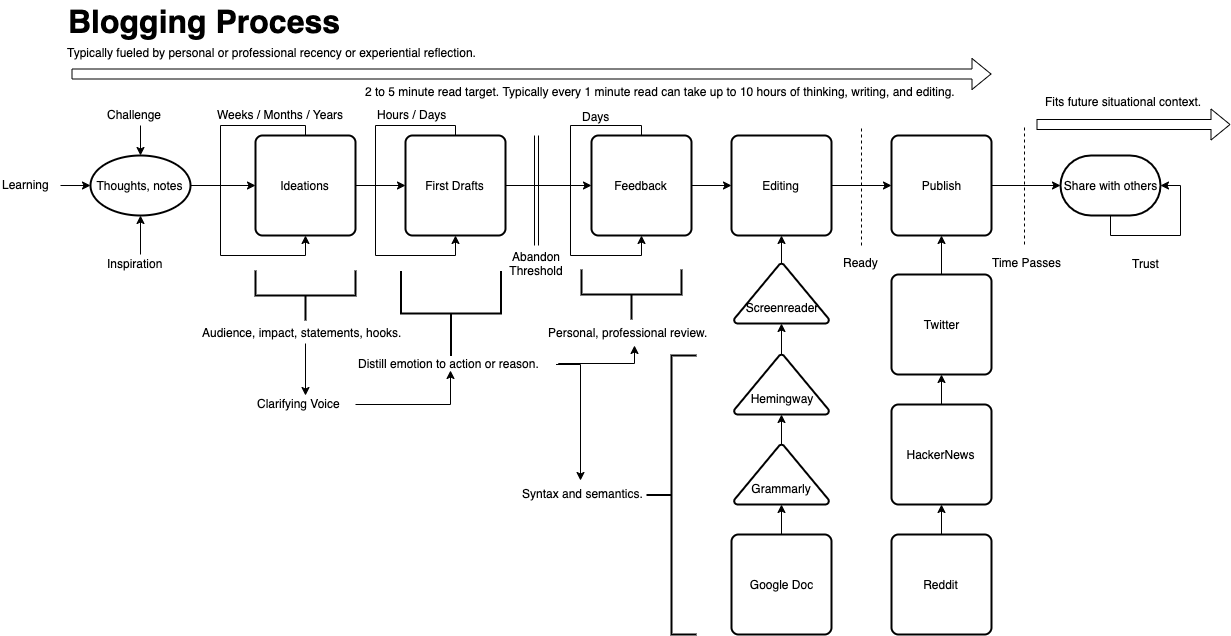
solidi/learning-notes keeps this draw.io diagram as mentoring/diagrams/blogging-process.png. Above is the earlier version. Source tidied: cells renumbered, new cells last; positions are measured from the earlier drawing's top-left corner, leaving out a move shared by most shapes.
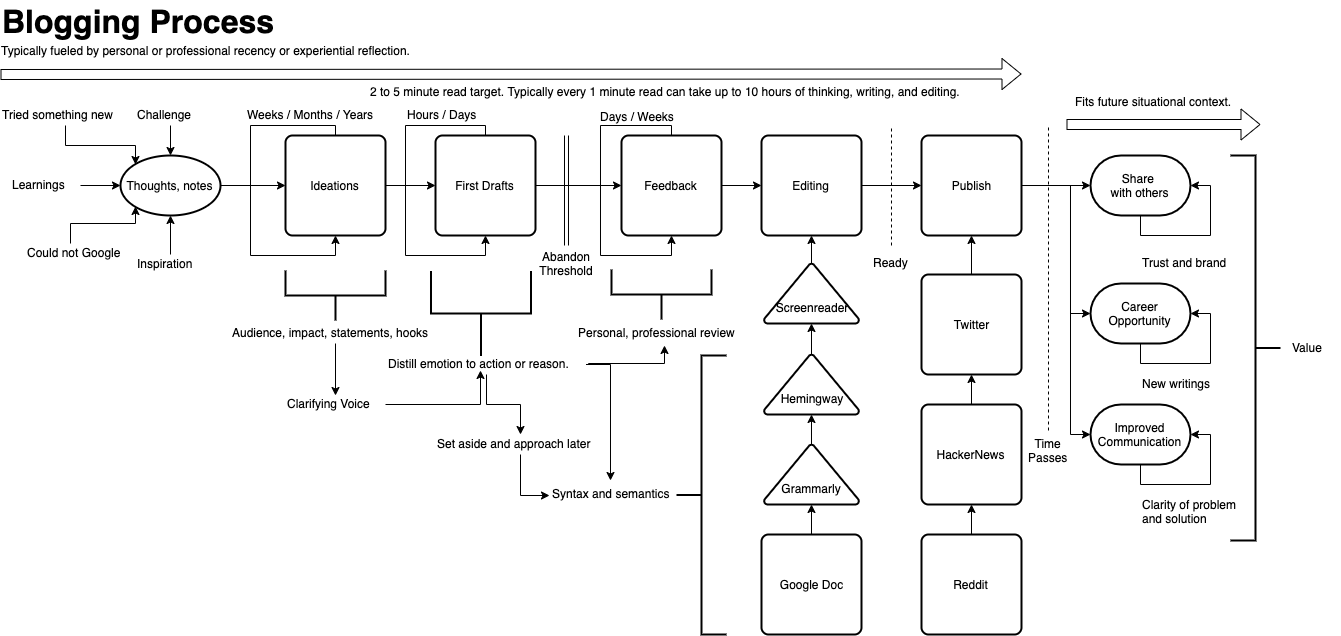
Later version of the same file.

Commit message:
Update blogging diagram

Change to the diagram source:
```diff
@@ -56,9 +56,9 @@
         </Array>
       </mxGeometry>
     </mxCell>
-    <mxCell id="13" value="Days" style="text;html=1;align=center;verticalAlign=middle;labelBackgroundColor=#ffffff;" parent="12" vertex="1">
+    <mxCell id="13" value="Days / Weeks" style="text;html=1;align=center;verticalAlign=middle;labelBackgroundColor=#ffffff;" parent="12" vertex="1">
       <mxGeometry x="-0.57" y="-4" relative="1" as="geometry">
-        <mxPoint x="9" y="-6" as="offset" />
+        <mxPoint x="20" y="-6" as="offset" />
       </mxGeometry>
     </mxCell>
     <mxCell id="14" style="edgeStyle=orthogonalEdgeStyle;rounded=0;jettySize=auto;html=1;exitX=1;exitY=0.5;exitDx=0;exitDy=0;entryX=0;entryY=0.5;entryDx=0;entryDy=0;" parent="1" edge="1" source="15" target="17">
@@ -70,6 +70,22 @@
     <mxCell id="16" style="edgeStyle=orthogonalEdgeStyle;rounded=0;jettySize=auto;html=1;exitX=1;exitY=0.5;exitDx=0;exitDy=0;entryX=0;entryY=0.5;entryDx=0;entryDy=0;entryPerimeter=0;" parent="1" edge="1" source="17" target="54">
       <mxGeometry relative="1" as="geometry" />
     </mxCell>
+    <mxCell id="68" style="edgeStyle=orthogonalEdgeStyle;rounded=0;jettySize=auto;html=1;exitX=1;exitY=0.5;exitDx=0;exitDy=0;entryX=0;entryY=0.5;entryDx=0;entryDy=0;entryPerimeter=0;" parent="1" edge="1" source="17" target="77">
+      <mxGeometry relative="1" as="geometry">
+        <Array as="points">
+          <mxPoint x="1040" y="185" />
+          <mxPoint x="1040" y="313" />
+        </Array>
+      </mxGeometry>
+    </mxCell>
+    <mxCell id="69" style="edgeStyle=orthogonalEdgeStyle;rounded=0;jettySize=auto;html=1;exitX=1;exitY=0.5;exitDx=0;exitDy=0;entryX=0;entryY=0.5;entryDx=0;entryDy=0;entryPerimeter=0;" parent="1" edge="1" source="17" target="80">
+      <mxGeometry relative="1" as="geometry">
+        <Array as="points">
+          <mxPoint x="1040" y="185" />
+          <mxPoint x="1040" y="434" />
+        </Array>
+      </mxGeometry>
+    </mxCell>
     <mxCell id="17" value="Publish" style="rounded=1;whiteSpace=wrap;html=1;absoluteArcSize=1;arcSize=14;strokeWidth=2;" parent="1" vertex="1">
       <mxGeometry x="891" y="135" width="100" height="100" as="geometry" />
     </mxCell>
@@ -95,7 +111,7 @@
       <mxGeometry relative="1" as="geometry" />
     </mxCell>
     <mxCell id="25" value="&lt;b&gt;&lt;font style=&quot;font-size: 32px&quot;&gt;Blogging Process&lt;/font&gt;&lt;/b&gt;" style="text;html=1;align=left;verticalAlign=top;spacingTop=-4;" parent="1" vertex="1">
-      <mxGeometry x="65.5" width="290" height="20" as="geometry" />
+      <mxGeometry x="-30" width="290" height="20" as="geometry" />
     </mxCell>
     <mxCell id="26" style="strokeWidth=2;html=1;shape=mxgraph.flowchart.annotation_2;align=left;labelPosition=right;rotation=-90;" parent="1" vertex="1">
       <mxGeometry x="280" y="245" width="50" height="100" as="geometry" />
@@ -105,7 +121,7 @@
         <mxPoint x="305" y="395" as="targetPoint" />
       </mxGeometry>
     </mxCell>
-    <mxCell id="28" value="Audience, impact, statements, hooks." style="text;html=1;points=[];align=left;verticalAlign=top;spacingTop=-4;" parent="1" vertex="1">
+    <mxCell id="28" value="Audience, impact, statements, hooks" style="text;html=1;points=[];align=left;verticalAlign=top;spacingTop=-4;" parent="1" vertex="1">
       <mxGeometry x="200" y="323" width="210" height="20" as="geometry" />
     </mxCell>
     <mxCell id="29" style="edgeStyle=orthogonalEdgeStyle;rounded=0;jettySize=auto;html=1;entryX=0.473;entryY=0.8;entryDx=0;entryDy=0;entryPerimeter=0;" parent="1" edge="1" source="30" target="36">
@@ -117,7 +133,7 @@
     <mxCell id="31" style="strokeWidth=2;html=1;shape=mxgraph.flowchart.annotation_2;align=left;labelPosition=right;rotation=-90;" parent="1" vertex="1">
       <mxGeometry x="606" y="244" width="50" height="100" as="geometry" />
     </mxCell>
-    <mxCell id="32" value="Personal, professional review." style="text;html=1;points=[];align=left;verticalAlign=top;spacingTop=-4;" parent="1" vertex="1">
+    <mxCell id="32" value="Personal, professional review" style="text;html=1;points=[];align=left;verticalAlign=top;spacingTop=-4;" parent="1" vertex="1">
       <mxGeometry x="546" y="323" width="170" height="20" as="geometry" />
     </mxCell>
     <mxCell id="33" style="strokeWidth=2;html=1;shape=mxgraph.flowchart.annotation_2;align=left;labelPosition=right;rotation=-90;" parent="1" vertex="1">
@@ -136,6 +152,9 @@
         <mxPoint x="580" y="480" as="targetPoint" />
       </mxGeometry>
     </mxCell>
+    <mxCell id="70" style="edgeStyle=orthogonalEdgeStyle;rounded=0;jettySize=auto;html=1;" parent="1" edge="1" source="36" target="72">
+      <mxGeometry relative="1" as="geometry" />
+    </mxCell>
     <mxCell id="36" value="Distill emotion to action or reason." style="text;html=1;points=[];align=left;verticalAlign=top;spacingTop=-4;" parent="1" vertex="1">
       <mxGeometry x="355.5" y="354" width="200" height="20" as="geometry" />
     </mxCell>
@@ -162,20 +181,20 @@
     </mxCell>
     <mxCell id="44" style="shape=flexArrow;endArrow=classic;html=1;" parent="1" edge="1">
       <mxGeometry relative="1" as="geometry">
-        <mxPoint x="71" y="73.5" as="sourcePoint" />
+        <mxPoint x="-30" y="74" as="sourcePoint" />
         <mxPoint x="991" y="73.5" as="targetPoint" />
       </mxGeometry>
     </mxCell>
     <mxCell id="45" value="Typically fueled by personal or professional recency or experiential reflection." style="text;html=1;align=center;verticalAlign=middle;labelBackgroundColor=#ffffff;" parent="44" vertex="1">
       <mxGeometry x="-0.57" y="3" relative="1" as="geometry">
-        <mxPoint x="3" y="-19.5" as="offset" />
+        <mxPoint x="-14" y="-21" as="offset" />
       </mxGeometry>
     </mxCell>
     <mxCell id="46" style="strokeWidth=2;html=1;shape=mxgraph.flowchart.annotation_2;align=left;labelPosition=right;rotation=0;" parent="1" vertex="1">
       <mxGeometry x="646" y="355" width="50" height="279" as="geometry" />
     </mxCell>
-    <mxCell id="47" value="Syntax and semantics." style="text;html=1;points=[];align=left;verticalAlign=top;spacingTop=-4;" parent="1" vertex="1">
-      <mxGeometry x="520" y="484" width="140" height="20" as="geometry" />
+    <mxCell id="47" value="Syntax and semantics" style="text;html=1;points=[];align=left;verticalAlign=top;spacingTop=-4;" parent="1" vertex="1">
+      <mxGeometry x="520" y="484" width="130" height="20" as="geometry" />
     </mxCell>
     <mxCell id="48" style="shape=link;html=1;" parent="1" edge="1">
       <mxGeometry relative="1" as="geometry">
@@ -201,17 +220,17 @@
     <mxCell id="53" value="Thoughts, notes" style="strokeWidth=2;html=1;shape=mxgraph.flowchart.start_1;whiteSpace=wrap;" parent="1" vertex="1">
       <mxGeometry x="90" y="155" width="100" height="60" as="geometry" />
     </mxCell>
-    <mxCell id="54" value="Share with others" style="strokeWidth=2;html=1;shape=mxgraph.flowchart.terminator;whiteSpace=wrap;" parent="1" vertex="1">
+    <mxCell id="54" value="Share &lt;br&gt;with others" style="strokeWidth=2;html=1;shape=mxgraph.flowchart.terminator;whiteSpace=wrap;" parent="1" vertex="1">
       <mxGeometry x="1060" y="155" width="100" height="60" as="geometry" />
     </mxCell>
     <mxCell id="55" style="endArrow=none;dashed=1;html=1;" parent="1" edge="1">
       <mxGeometry relative="1" as="geometry">
-        <mxPoint x="1024" y="244" as="sourcePoint" />
-        <mxPoint x="1024" y="124" as="targetPoint" />
+        <mxPoint x="1018" y="430" as="sourcePoint" />
+        <mxPoint x="1018" y="124" as="targetPoint" />
       </mxGeometry>
     </mxCell>
-    <mxCell id="56" value="Time Passes" style="text;html=1;align=left;verticalAlign=top;spacingTop=-4;" parent="1" vertex="1">
-      <mxGeometry x="990" y="253" width="80" height="20" as="geometry" />
+    <mxCell id="56" value="Time&lt;br&gt;Passes" style="text;html=1;align=center;verticalAlign=top;spacingTop=-4;" parent="1" vertex="1">
+      <mxGeometry x="992" y="434" width="50" height="30" as="geometry" />
     </mxCell>
     <mxCell id="57" style="shape=flexArrow;endArrow=classic;html=1;" parent="1" edge="1">
       <mxGeometry relative="1" as="geometry">
@@ -227,11 +246,11 @@
     <mxCell id="59" style="edgeStyle=orthogonalEdgeStyle;rounded=0;orthogonalLoop=1;jettySize=auto;html=1;exitX=0.5;exitY=1;exitDx=0;exitDy=0;exitPerimeter=0;entryX=1;entryY=0.5;entryDx=0;entryDy=0;entryPerimeter=0;" parent="1" edge="1" source="54" target="54">
       <mxGeometry relative="1" as="geometry" />
     </mxCell>
-    <mxCell id="60" value="Trust" style="text;html=1;align=left;verticalAlign=top;spacingTop=-4;" parent="1" vertex="1">
-      <mxGeometry x="1130" y="254" width="40" height="20" as="geometry" />
+    <mxCell id="60" value="Trust and brand" style="text;html=1;align=left;verticalAlign=top;spacingTop=-4;" parent="1" vertex="1">
+      <mxGeometry x="1110" y="253" width="100" height="20" as="geometry" />
     </mxCell>
     <mxCell id="61" value="2 to 5 minute read target. Typically every 1 minute read can take up to 10 hours of thinking, writing, and editing." style="text;html=1;align=center;verticalAlign=middle;labelBackgroundColor=#ffffff;" parent="1" vertex="1">
-      <mxGeometry x="656" y="110" as="geometry">
+      <mxGeometry x="631" y="110" as="geometry">
         <mxPoint x="3" y="-19.5" as="offset" />
       </mxGeometry>
     </mxCell>
@@ -250,8 +269,55 @@
     <mxCell id="66" style="edgeStyle=orthogonalEdgeStyle;rounded=0;jettySize=auto;html=1;entryX=0;entryY=0.5;entryDx=0;entryDy=0;entryPerimeter=0;" parent="1" edge="1" source="67" target="53">
       <mxGeometry relative="1" as="geometry" />
     </mxCell>
-    <mxCell id="67" value="Learning" style="text;html=1;points=[];align=left;verticalAlign=top;spacingTop=-4;" parent="1" vertex="1">
-      <mxGeometry y="175" width="60" height="20" as="geometry" />
+    <mxCell id="67" value="Learnings" style="text;html=1;points=[];align=left;verticalAlign=top;spacingTop=-4;" parent="1" vertex="1">
+      <mxGeometry x="-20" y="175" width="70" height="20" as="geometry" />
     </mxCell>
+    <mxCell id="71" style="edgeStyle=orthogonalEdgeStyle;rounded=0;jettySize=auto;html=1;entryX=-0.007;entryY=0.55;entryDx=0;entryDy=0;entryPerimeter=0;" parent="1" edge="1" source="72" target="47">
+      <mxGeometry relative="1" as="geometry" />
+    </mxCell>
+    <mxCell id="72" value="Set aside and approach later" style="text;html=1;points=[];align=left;verticalAlign=top;spacingTop=-4;" parent="1" vertex="1">
+      <mxGeometry x="405" y="434" width="170" height="20" as="geometry" />
+    </mxCell>
+    <mxCell id="73" style="edgeStyle=orthogonalEdgeStyle;rounded=0;jettySize=auto;html=1;entryX=0.145;entryY=0.855;entryDx=0;entryDy=0;entryPerimeter=0;" parent="1" edge="1" source="74" target="53">
+      <mxGeometry relative="1" as="geometry">
+        <Array as="points">
+          <mxPoint x="40" y="223" />
+          <mxPoint x="105" y="223" />
+        </Array>
+      </mxGeometry>
+    </mxCell>
+    <mxCell id="74" value="Could not Google" style="text;html=1;points=[];align=left;verticalAlign=top;spacingTop=-4;" parent="1" vertex="1">
+      <mxGeometry x="-5" y="243" width="110" height="20" as="geometry" />
+    </mxCell>
+    <mxCell id="75" style="edgeStyle=orthogonalEdgeStyle;rounded=0;jettySize=auto;html=1;entryX=0.145;entryY=0.145;entryDx=0;entryDy=0;entryPerimeter=0;" parent="1" edge="1" source="76" target="53">
+      <mxGeometry relative="1" as="geometry" />
+    </mxCell>
+    <mxCell id="76" value="Tried something new" style="text;html=1;points=[];align=left;verticalAlign=top;spacingTop=-4;" parent="1" vertex="1">
+      <mxGeometry x="-30" y="105" width="130" height="20" as="geometry" />
+    </mxCell>
+    <mxCell id="77" value="Career Opportunity" style="strokeWidth=2;html=1;shape=mxgraph.flowchart.terminator;whiteSpace=wrap;" parent="1" vertex="1">
+      <mxGeometry x="1060" y="283" width="100" height="60" as="geometry" />
+    </mxCell>
+    <mxCell id="78" style="edgeStyle=orthogonalEdgeStyle;rounded=0;orthogonalLoop=1;jettySize=auto;html=1;exitX=0.5;exitY=1;exitDx=0;exitDy=0;exitPerimeter=0;entryX=1;entryY=0.5;entryDx=0;entryDy=0;entryPerimeter=0;" parent="1" edge="1" source="77" target="77">
+      <mxGeometry relative="1" as="geometry" />
+    </mxCell>
+    <mxCell id="79" value="New writings" style="text;html=1;align=left;verticalAlign=top;spacingTop=-4;" parent="1" vertex="1">
+      <mxGeometry x="1110" y="374" width="80" height="20" as="geometry" />
+    </mxCell>
+    <mxCell id="80" value="Improved Communication" style="strokeWidth=2;html=1;shape=mxgraph.flowchart.terminator;whiteSpace=wrap;" parent="1" vertex="1">
+      <mxGeometry x="1060" y="404" width="100" height="60" as="geometry" />
+    </mxCell>
+    <mxCell id="81" style="edgeStyle=orthogonalEdgeStyle;rounded=0;orthogonalLoop=1;jettySize=auto;html=1;exitX=0.5;exitY=1;exitDx=0;exitDy=0;exitPerimeter=0;entryX=1;entryY=0.5;entryDx=0;entryDy=0;entryPerimeter=0;" parent="1" edge="1" source="80" target="80">
+      <mxGeometry relative="1" as="geometry" />
+    </mxCell>
+    <mxCell id="82" value="Clarity of problem&lt;br&gt;and solution" style="text;html=1;align=left;verticalAlign=top;spacingTop=-4;" parent="1" vertex="1">
+      <mxGeometry x="1110" y="494.5" width="110" height="30" as="geometry" />
+    </mxCell>
+    <mxCell id="83" style="strokeWidth=2;html=1;shape=mxgraph.flowchart.annotation_2;align=left;labelPosition=right;rotation=180;" parent="1" vertex="1">
+      <mxGeometry x="1200" y="155" width="50" height="385" as="geometry" />
+    </mxCell>
+    <mxCell id="84" value="Value" style="text;html=1;align=left;verticalAlign=top;spacingTop=-4;" parent="1" vertex="1">
+      <mxGeometry x="1260" y="337.5" width="50" height="20" as="geometry" />
+    </mxCell>
   </root>
 </mxGraphModel>
```
